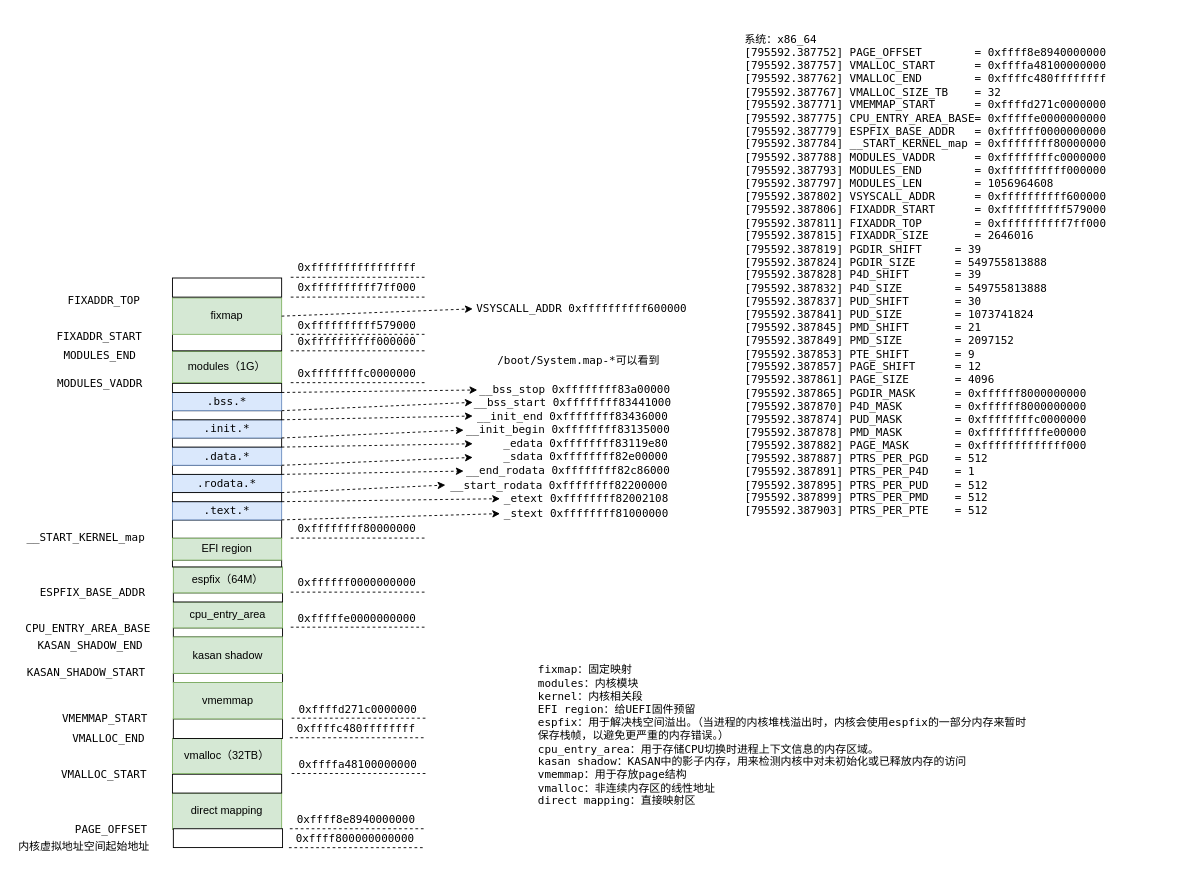
This is mm.drawio from Richard-Joe/draw-io, a draw.io file, before an edit. Source tidied: cells renumbered, new cells numbered last; positions are measured from the earlier drawing's top-left corner, leaving out a move shared by most shapes. Both pictures are drawn from the tidied source at 91%, with x=0, y=0 at pixel (15, 15).
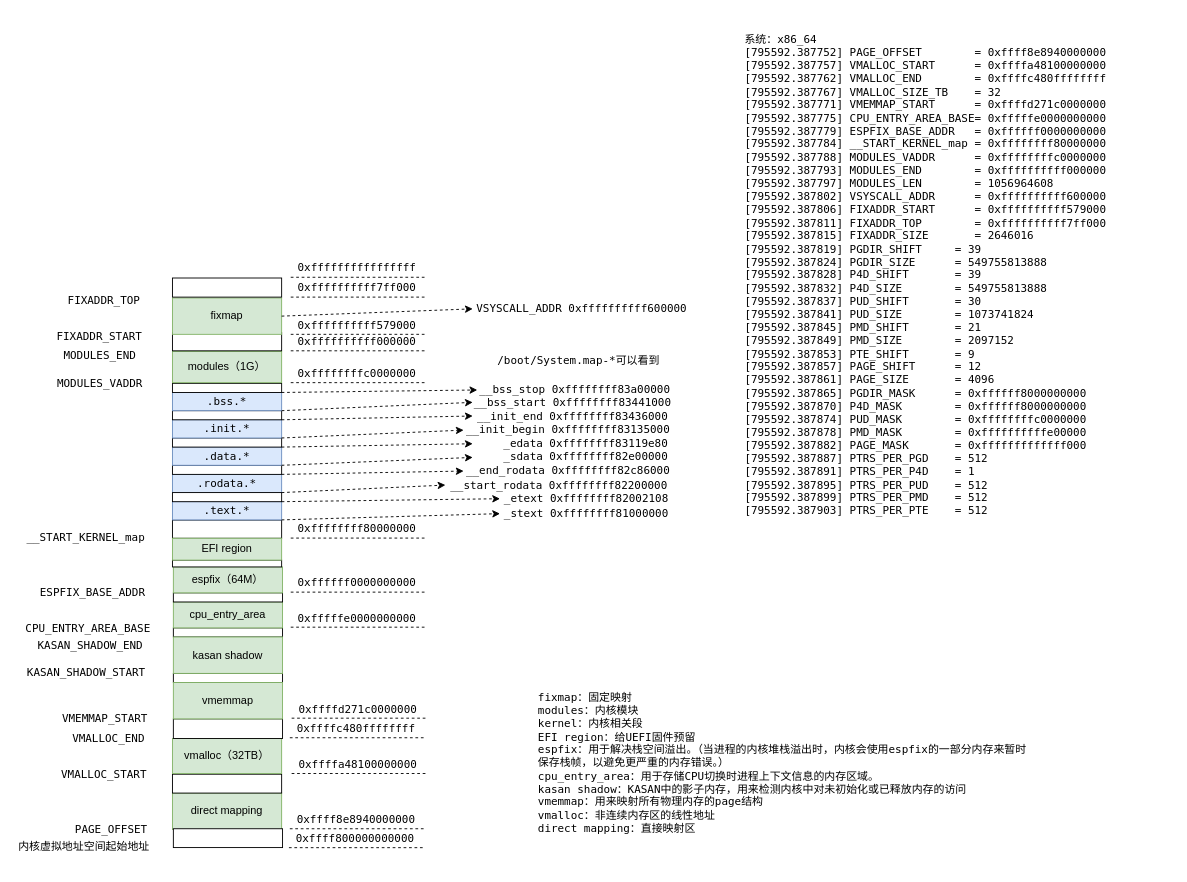
After the change.

The edit, as a diff of the source:
```diff
@@
-    <mxCell id="97" value="fixmap：固定映射&lt;br&gt;modules：内核模块&lt;br&gt;kernel：内核相关段&lt;br&gt;EFI region：给UEFI固件预留&lt;br&gt;espfix：用于解决栈空间溢出。（当进程的内核堆栈溢出时，内核会使用espfix的一部分内存来暂时保存栈帧，以避免更严重的内存错误。）&lt;br&gt;cpu_entry_area：用于存储CPU切换时进程上下文信息的内存区域。&lt;br&gt;kasan shadow：KASAN中的影子内存，用来检测内核中对未初始化或已释放内存的访问&lt;br&gt;vmemmap：用于存放page结构&lt;br&gt;vmalloc：非连续内存区的线性地址&lt;br&gt;direct mapping：直接映射区" style="text;html=1;strokeColor=none;fillColor=none;align=left;verticalAlign=middle;whiteSpace=wrap;rounded=0;fontFamily=Lucida Console;" parent="1" vertex="1">
-      <mxGeometry x="572" y="708.5" width="540" height="165.5" as="geometry" />
+    <mxCell id="97" value="fixmap：固定映射&lt;br&gt;modules：内核模块&lt;br&gt;kernel：内核相关段&lt;br&gt;EFI region：给UEFI固件预留&lt;br&gt;espfix：用于解决栈空间溢出。（当进程的内核堆栈溢出时，内核会使用espfix的一部分内存来暂时保存栈帧，以避免更严重的内存错误。）&lt;br&gt;cpu_entry_area：用于存储CPU切换时进程上下文信息的内存区域。&lt;br&gt;kasan shadow：KASAN中的影子内存，用来检测内核中对未初始化或已释放内存的访问&lt;br&gt;vmemmap：用来映射所有物理内存的page结构&lt;br&gt;vmalloc：非连续内存区的线性地址&lt;br&gt;direct mapping：直接映射区" style="text;strokeColor=none;fillColor=none;align=left;verticalAlign=middle;whiteSpace=wrap;rounded=0;fontFamily=Lucida Console;html=1;" parent="1" vertex="1">
+      <mxGeometry x="572" y="708.5" width="540" height="225.5" as="geometry" />
     </mxCell>
```
